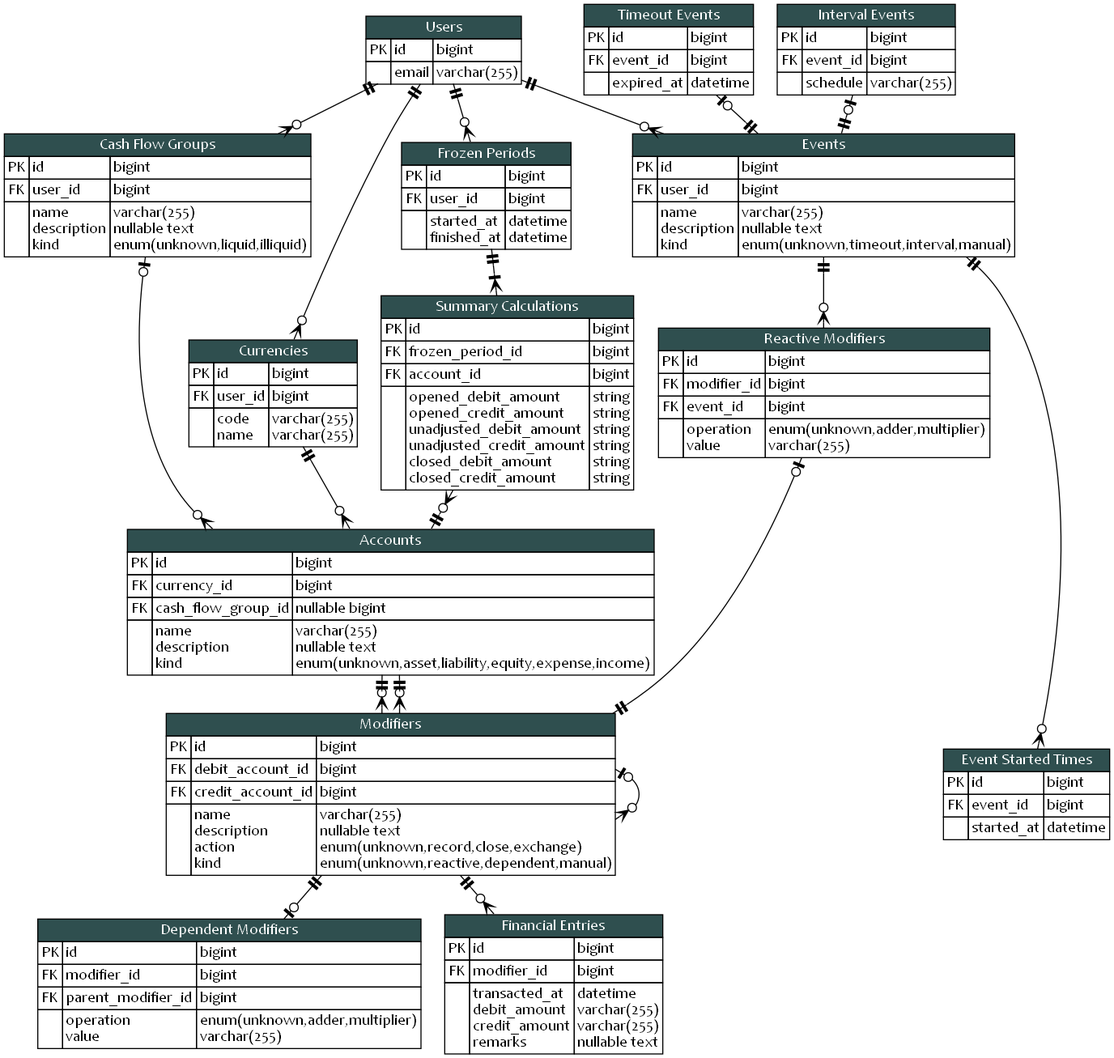
This is blueprint/erd.png from KennethTrecy/peratorakka_server, a Graphviz export, as it was before one commit. Its source is kept beside it as blueprint/erd.dot. Its diagram source:
```dot
digraph {
	graph [
		layout = dot
		splines = true
		nodesep = 0.3
	]
	{
		node [ shape = none margin = 0 fontname="Candara" ]
		users [
			label = <
			<table cellspacing="0" border="0" cellborder="1">
				<tr>
					<td colspan="3" bgcolor="darkslategray">
						<font color="white">
							Users
						</font>
					</td>
				</tr>
				<tr>
					<td>PK</td>
					<td align="left">id</td>
					<td align="left">bigint</td>
				</tr>
				<tr>
					<td></td>
					<td>
						email<br align="left"/>
					</td>
					<td>
						varchar(255)<br align="left"/>
					</td>
				</tr>
			</table>
			>
		]
		currencies [
			label = <
			<table cellspacing="0" border="0" cellborder="1">
				<tr>
					<td colspan="3" bgcolor="darkslategray">
						<font color="white">
							Currencies
						</font>
					</td>
				</tr>
				<tr>
					<td>PK</td>
					<td align="left">id</td>
					<td align="left">bigint</td>
				</tr>
				<tr>
					<td>FK</td>
					<td align="left">user_id</td>
					<td align="left">bigint</td>
				</tr>
				<tr>
					<td></td>
					<td align="left">
						code<br align="left"/>
						name<br align="left"/>
					</td>
					<td align="left">
						varchar(255)<br align="left"/>
						varchar(255)<br align="left"/>
					</td>
				</tr>
			</table>
			>
		]
		cash_flow_groups [
			label = <
			<table cellspacing="0" border="0" cellborder="1">
				<tr>
					<td colspan="3" bgcolor="darkslategray">
						<font color="white">
							Cash Flow Groups
						</font>
					</td>
				</tr>
				<tr>
					<td>PK</td>
					<td align="left">id</td>
					<td align="left">bigint</td>
				</tr>
				<tr>
					<td>FK</td>
					<td align="left">user_id</td>
					<td align="left">bigint</td>
				</tr>
				<tr>
					<td></td>
					<td align="left">
						name<br align="left"/>
						description<br align="left"/>
						kind<br align="left"/>
					</td>
					<td align="left">
						varchar(255)<br align="left"/>
						nullable text<br align="left"/>
						enum(unknown,liquid,illiquid)<br align="left"/>
					</td>
				</tr>
			</table>
			>
		]
		accounts [
			label = <
			<table cellspacing="0" border="0" cellborder="1">
				<tr>
					<td colspan="3" bgcolor="darkslategray">
						<font color="white">
							Accounts
						</font>
					</td>
				</tr>
				<tr>
					<td>PK</td>
					<td align="left">id</td>
					<td align="left">bigint</td>
				</tr>
				<tr>
					<td>FK</td>
					<td align="left">currency_id</td>
					<td align="left">bigint</td>
				</tr>
				<tr>
					<td>FK</td>
					<td align="left">cash_flow_group_id</td>
					<td align="left">nullable bigint</td>
				</tr>
				<tr>
					<td></td>
					<td align="left">
						name<br align="left"/>
						description<br align="left"/>
						kind<br align="left"/>
					</td>
					<td align="left">
						varchar(255)<br align="left"/>
						nullable text<br align="left"/>
						enum(unknown,asset,liability,equity,expense,income)<br align="left"/>
					</td>
				</tr>
			</table>
			>
		]
		events [
			label = <
			<table cellspacing="0" border="0" cellborder="1">
				<tr>
					<td colspan="3" bgcolor="darkslategray">
						<font color="white">
							Events
						</font>
					</td>
				</tr>
				<tr>
					<td>PK</td>
					<td align="left">id</td>
					<td align="left">bigint</td>
				</tr>
				<tr>
					<td>FK</td>
					<td align="left">user_id</td>
					<td align="left">bigint</td>
				</tr>
				<tr>
					<td></td>
					<td align="left">
						name<br align="left"/>
						description<br align="left"/>
						kind<br align="left"/>
					</td>
					<td align="left">
						varchar(255)<br align="left"/>
						nullable text<br align="left"/>
						enum(unknown,timeout,interval,manual)<br align="left"/>
					</td>
				</tr>
			</table>
			>
		]
		timeout_events [
			label = <
			<table cellspacing="0" border="0" cellborder="1">
				<tr>
					<td colspan="3" bgcolor="darkslategray">
						<font color="white">
							Timeout Events
						</font>
					</td>
				</tr>
				<tr>
					<td>PK</td>
					<td align="left">id</td>
					<td align="left">bigint</td>
				</tr>
				<tr>
					<td>FK</td>
					<td align="left">event_id</td>
					<td align="left">bigint</td>
				</tr>
				<tr>
					<td></td>
					<td align="left">
						expired_at<br align="left"/>
					</td>
					<td align="left">
						datetime<br align="left"/>
					</td>
				</tr>
			</table>
			>
		]
		interval_events [
			label = <
			<table cellspacing="0" border="0" cellborder="1">
				<tr>
					<td colspan="3" bgcolor="darkslategray">
						<font color="white">
							Interval Events
						</font>
					</td>
				</tr>
				<tr>
					<td>PK</td>
					<td align="left">id</td>
					<td align="left">bigint</td>
				</tr>
				<tr>
					<td>FK</td>
					<td align="left">event_id</td>
					<td align="left">bigint</td>
				</tr>
				<tr>
					<td></td>
					<td align="left">
						schedule<br align="left"/>
					</td>
					<td align="left">
						varchar(255)<br align="left"/>
					</td>
				</tr>
			</table>
			>
		]
		event_started_times [
			label = <
			<table cellspacing="0" border="0" cellborder="1">
				<tr>
					<td colspan="3" bgcolor="darkslategray">
						<font color="white">
							Event Started Times
						</font>
					</td>
				</tr>
				<tr>
					<td>PK</td>
					<td align="left">id</td>
					<td align="left">bigint</td>
				</tr>
				<tr>
					<td>FK</td>
					<td align="left">event_id</td>
					<td align="left">bigint</td>
				</tr>
				<tr>
					<td></td>
					<td align="left">
						started_at<br align="left"/>
					</td>
					<td align="left">
						datetime<br align="left"/>
					</td>
				</tr>
			</table>
			>
		]
		modifiers [
			label = <
			<table cellspacing="0" border="0" cellborder="1">
				<tr>
					<td colspan="3" bgcolor="darkslategray">
						<font color="white">
							Modifiers
						</font>
					</td>
				</tr>
				<tr>
					<td>PK</td>
					<td align="left">id</td>
					<td align="left">bigint</td>
				</tr>
				<tr>
					<td>FK</td>
					<td align="left">debit_account_id</td>
					<td align="left">bigint</td>
				</tr>
				<tr>
					<td>FK</td>
					<td align="left">credit_account_id</td>
					<td align="left">bigint</td>
				</tr>
				<tr>
					<td></td>
					<td align="left">
						name<br align="left"/>
						description<br align="left"/>
						action<br align="left"/>
						kind<br align="left"/>
					</td>
					<td align="left">
						varchar(255)<br align="left"/>
						nullable text<br align="left"/>
						enum(unknown,record,close,exchange)<br align="left"/>
						enum(unknown,reactive,dependent,manual)<br align="left"/>
					</td>
				</tr>
			</table>
			>
		]
		reactive_modifiers [
			label = <
			<table cellspacing="0" border="0" cellborder="1">
				<tr>
					<td colspan="3" bgcolor="darkslategray">
						<font color="white">
							Reactive Modifiers
						</font>
					</td>
				</tr>
				<tr>
					<td>PK</td>
					<td align="left">id</td>
					<td align="left">bigint</td>
				</tr>
				<tr>
					<td>FK</td>
					<td align="left">modifier_id</td>
					<td align="left">bigint</td>
				</tr>
				<tr>
					<td>FK</td>
					<td align="left">event_id</td>
					<td align="left">bigint</td>
				</tr>
				<tr>
					<td></td>
					<td align="left">
						operation<br align="left"/>
						value<br align="left"/>
					</td>
					<td align="left">
						enum(unknown,adder,multiplier)<br align="left"/>
						varchar(255)<br align="left"/>
					</td>
				</tr>
			</table>
			>
		]
		dependent_modifiers [
			label = <
			<table cellspacing="0" border="0" cellborder="1">
				<tr>
					<td colspan="3" bgcolor="darkslategray">
						<font color="white">
							Dependent Modifiers
						</font>
					</td>
				</tr>
				<tr>
					<td>PK</td>
					<td align="left">id</td>
					<td align="left">bigint</td>
				</tr>
				<tr>
					<td>FK</td>
					<td align="left">modifier_id</td>
					<td align="left">bigint</td>
				</tr>
				<tr>
					<td>FK</td>
					<td align="left">parent_modifier_id</td>
					<td align="left">bigint</td>
				</tr>
				<tr>
					<td></td>
					<td align="left">
						operation<br align="left"/>
						value<br align="left"/>
					</td>
					<td align="left">
						enum(unknown,adder,multiplier)<br align="left"/>
						varchar(255)<br align="left"/>
					</td>
				</tr>
			</table>
			>
		]
		financial_entries [
			label = <
			<table cellspacing="0" border="0" cellborder="1">
				<tr>
					<td colspan="3" bgcolor="darkslategray">
						<font color="white">
							Financial Entries
						</font>
					</td>
				</tr>
				<tr>
					<td>PK</td>
					<td align="left">id</td>
					<td align="left">bigint</td>
				</tr>
				<tr>
					<td>FK</td>
					<td align="left">modifier_id</td>
					<td align="left">bigint</td>
				</tr>
				<tr>
					<td></td>
					<td align="left">
						transacted_at<br align="left"/>
						debit_amount<br align="left"/>
						credit_amount<br align="left"/>
						remarks<br align="left"/>
					</td>
					<td align="left">
						datetime<br align="left"/>
						varchar(255)<br align="left"/>
						varchar(255)<br align="left"/>
						nullable text<br align="left"/>
					</td>
				</tr>
			</table>
			>
		]
		frozen_periods [
			label = <
			<table cellspacing="0" border="0" cellborder="1">
				<tr>
					<td colspan="3" bgcolor="darkslategray">
						<font color="white">
							Frozen Periods
						</font>
					</td>
				</tr>
				<tr>
					<td>PK</td>
					<td align="left">id</td>
					<td align="left">bigint</td>
				</tr>
				<tr>
					<td>FK</td>
					<td align="left">user_id</td>
					<td align="left">bigint</td>
				</tr>
				<tr>
					<td></td>
					<td align="left">
						started_at<br align="left"/>
						finished_at<br align="left"/>
					</td>
					<td align="left">
						datetime<br align="left"/>
						datetime<br align="left"/>
					</td>
				</tr>
			</table>
			>
		]
		summary_calculations [
			label = <
			<table cellspacing="0" border="0" cellborder="1">
				<tr>
					<td colspan="3" bgcolor="darkslategray">
						<font color="white">
							Summary Calculations
						</font>
					</td>
				</tr>
				<tr>
					<td>PK</td>
					<td align="left">id</td>
					<td align="left">bigint</td>
				</tr>
				<tr>
					<td>FK</td>
					<td align="left">frozen_period_id</td>
					<td align="left">bigint</td>
				</tr>
				<tr>
					<td>FK</td>
					<td align="left">account_id</td>
					<td align="left">bigint</td>
				</tr>
				<tr>
					<td></td>
					<td align="left">
						opened_debit_amount<br align="left"/>
						opened_credit_amount<br align="left"/>
						unadjusted_debit_amount<br align="left"/>
						unadjusted_credit_amount<br align="left"/>
						closed_debit_amount<br align="left"/>
						closed_credit_amount<br align="left"/>
					</td>
					<td align="left">
						string<br align="left"/>
						string<br align="left"/>
						string<br align="left"/>
						string<br align="left"/>
						string<br align="left"/>
						string<br align="left"/>
					</td>
				</tr>
			</table>
			>
		]
	}

	edge [ dir = "both" ]
	{
		edge [
			arrowhead = noneteeodot
			arrowtail = noneteetee
		]

		events -> timeout_events
		events -> interval_events
		modifiers -> reactive_modifiers
		modifiers -> dependent_modifiers
	}

	{
		edge [
			arrowhead = nonecrowodot
			arrowtail = noneteetee
		]

		users -> currencies
		users -> cash_flow_groups
		currencies -> accounts
		users -> events
		accounts -> modifiers
		accounts -> modifiers
		events -> event_started_times
		events -> reactive_modifiers
		modifiers -> financial_entries
		users -> frozen_periods
		accounts -> summary_calculations
	}

	{
		edge [
			arrowhead = nonecrowodot
			arrowtail = noneteeodot
		]

		modifiers -> modifiers
		cash_flow_groups -> accounts
	}

	{
		edge [
			arrowhead = nonecrowtee
			arrowtail = noneteetee
		]

		frozen_periods -> summary_calculations
	}

	{
		rank = source;
		timeout_events
		interval_events
		users
	}

	{
		rank = same;
		events
		frozen_periods
		cash_flow_groups
	}

	{
		rank = same;
		currencies
		reactive_modifiers
		summary_calculations
	}

	{
		rank = same;
		accounts
	}

	{
		rank = same;
		modifiers
		event_started_times
	}

	{
		rank = sink;
		dependent_modifiers
		financial_entries
	}
}
```
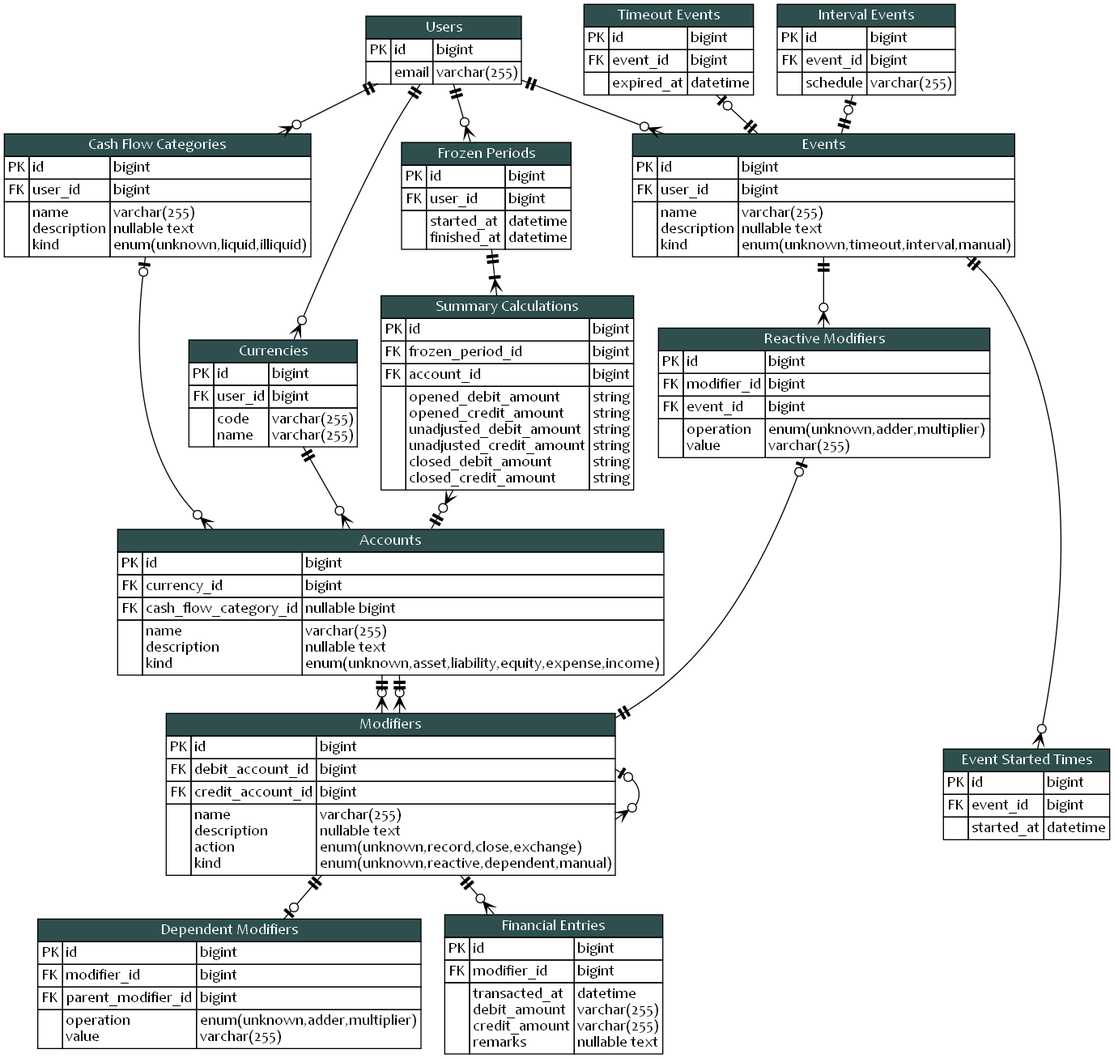
After the commit.

Commit message:
docs(blueprint): rename cash flow group into category

Diff of the diagram source:
```diff
@@ -67,13 +67,13 @@
 			</table>
 			>
 		]
-		cash_flow_groups [
+		cash_flow_categories [
 			label = <
 			<table cellspacing="0" border="0" cellborder="1">
 				<tr>
 					<td colspan="3" bgcolor="darkslategray">
 						<font color="white">
-							Cash Flow Groups
+							Cash Flow Categories
 						</font>
 					</td>
 				</tr>
@@ -125,7 +125,7 @@
 				</tr>
 				<tr>
 					<td>FK</td>
-					<td align="left">cash_flow_group_id</td>
+					<td align="left">cash_flow_category_id</td>
 					<td align="left">nullable bigint</td>
 				</tr>
 				<tr>
@@ -538,7 +538,7 @@
 		]
 
 		users -> currencies
-		users -> cash_flow_groups
+		users -> cash_flow_categories
 		currencies -> accounts
 		users -> events
 		accounts -> modifiers
@@ -557,7 +557,7 @@
 		]
 
 		modifiers -> modifiers
-		cash_flow_groups -> accounts
+		cash_flow_categories -> accounts
 	}
 
 	{
@@ -580,7 +580,7 @@
 		rank = same;
 		events
 		frozen_periods
-		cash_flow_groups
+		cash_flow_categories
 	}
 
 	{
```
